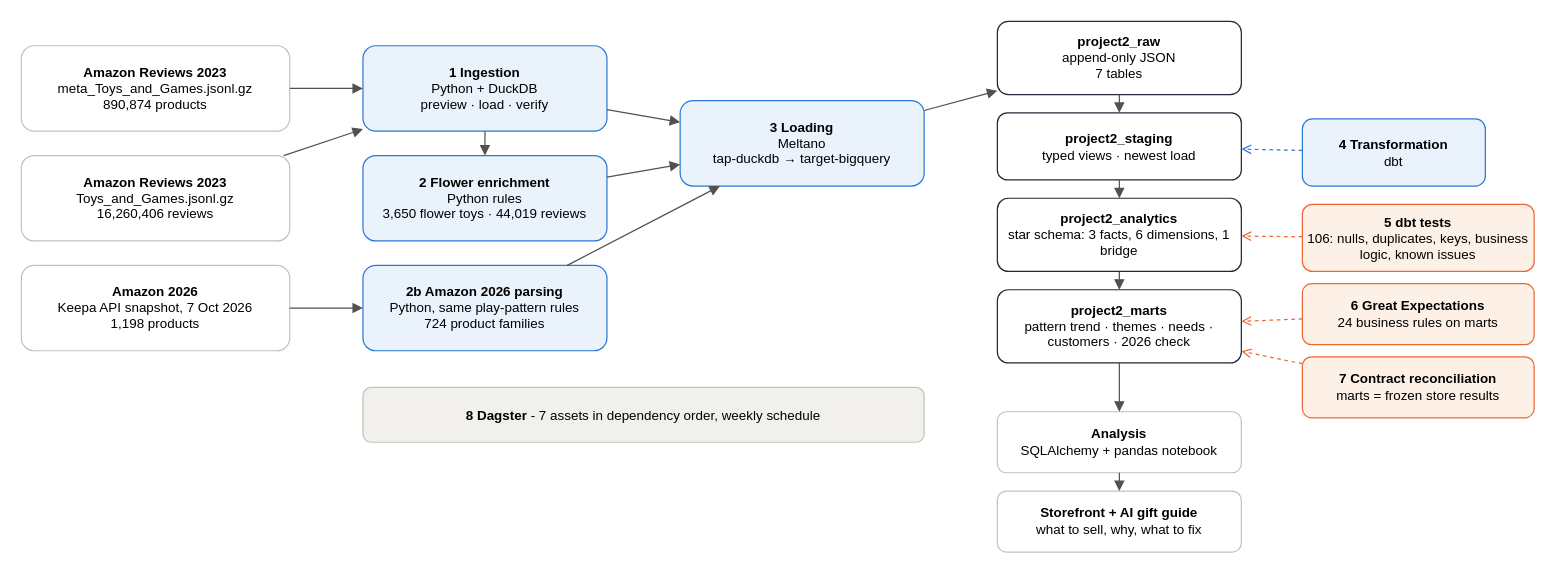
This is docs/architecture.drawio from 85913286lcr/project2-amazon-us-brick-flowers, a draw.io file, before an edit. Source tidied: cells renumbered, new cells numbered last; positions are measured from the earlier drawing's top-left corner, leaving out a move shared by most shapes. Both pictures are drawn from the tidied source at 122%, with x=0, y=0 at pixel (21, 21).
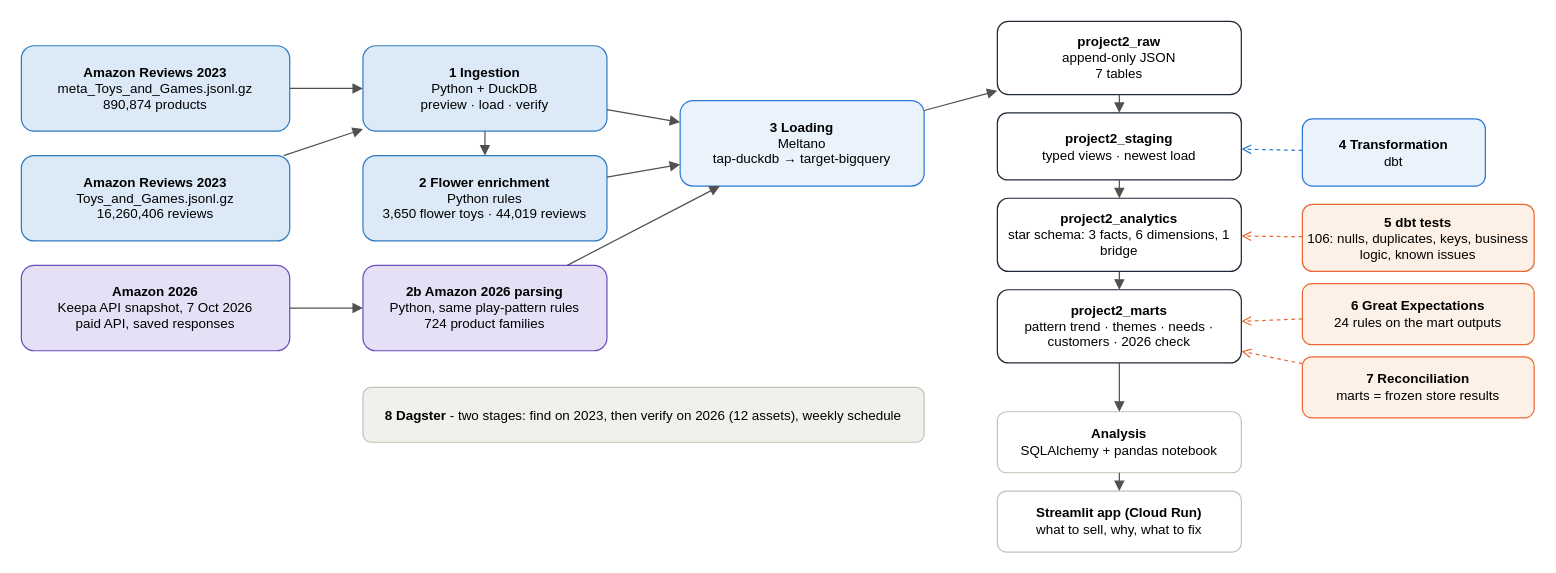
After the change.

Change to the diagram source:
```diff
@@
-    <mxCell id="2" value="&lt;b&gt;Amazon Reviews 2023&lt;/b&gt;&lt;br&gt;meta_Toys_and_Games.jsonl.gz&lt;br&gt;890,874 products" style="rounded=1;whiteSpace=wrap;html=1;fillColor=#ffffff;strokeColor=#c3c2b7;fontSize=11;" parent="1" vertex="1">
+    <mxCell id="2" value="&lt;b&gt;Amazon Reviews 2023&lt;/b&gt;&lt;br&gt;meta_Toys_and_Games.jsonl.gz&lt;br&gt;890,874 products" style="rounded=1;whiteSpace=wrap;html=1;fillColor=#DCEAF7;strokeColor=#2E7BBF;fontSize=11;" parent="1" vertex="1">
       <mxGeometry y="20" width="220" height="70" as="geometry" />
     </mxCell>
-    <mxCell id="3" value="&lt;b&gt;Amazon Reviews 2023&lt;/b&gt;&lt;br&gt;Toys_and_Games.jsonl.gz&lt;br&gt;16,260,406 reviews" style="rounded=1;whiteSpace=wrap;html=1;fillColor=#ffffff;strokeColor=#c3c2b7;fontSize=11;" parent="1" vertex="1">
+    <mxCell id="3" value="&lt;b&gt;Amazon Reviews 2023&lt;/b&gt;&lt;br&gt;Toys_and_Games.jsonl.gz&lt;br&gt;16,260,406 reviews" style="rounded=1;whiteSpace=wrap;html=1;fillColor=#DCEAF7;strokeColor=#2E7BBF;fontSize=11;" parent="1" vertex="1">
       <mxGeometry y="110" width="220" height="70" as="geometry" />
     </mxCell>
-    <mxCell id="4" value="&lt;b&gt;1 Ingestion&lt;/b&gt;&lt;br&gt;Python + DuckDB&lt;br&gt;preview · load · verify" style="rounded=1;whiteSpace=wrap;html=1;fillColor=#eaf2fc;strokeColor=#2a78d6;fontSize=11;" parent="1" vertex="1">
+    <mxCell id="4" value="&lt;b&gt;1 Ingestion&lt;/b&gt;&lt;br&gt;Python + DuckDB&lt;br&gt;preview · load · verify" style="rounded=1;whiteSpace=wrap;html=1;fillColor=#DCEAF7;strokeColor=#2E7BBF;fontSize=11;" parent="1" vertex="1">
       <mxGeometry x="280" y="20" width="200" height="70" as="geometry" />
     </mxCell>
-    <mxCell id="5" value="&lt;b&gt;2 Flower enrichment&lt;/b&gt;&lt;br&gt;Python rules&lt;br&gt;3,650 flower toys · 44,019 reviews" style="rounded=1;whiteSpace=wrap;html=1;fillColor=#eaf2fc;strokeColor=#2a78d6;fontSize=11;" parent="1" vertex="1">
+    <mxCell id="5" value="&lt;b&gt;2 Flower enrichment&lt;/b&gt;&lt;br&gt;Python rules&lt;br&gt;3,650 flower toys · 44,019 reviews" style="rounded=1;whiteSpace=wrap;html=1;fillColor=#DCEAF7;strokeColor=#2E7BBF;fontSize=11;" parent="1" vertex="1">
       <mxGeometry x="280" y="110" width="200" height="70" as="geometry" />
     </mxCell>
@@
-    <mxCell id="13" value="&lt;b&gt;6 Great Expectations&lt;/b&gt;&lt;br&gt;24 business rules on marts" style="rounded=1;whiteSpace=wrap;html=1;fillColor=#fdf0e6;strokeColor=#eb6834;fontSize=11;" parent="1" vertex="1">
+    <mxCell id="13" value="&lt;b&gt;6 Great Expectations&lt;/b&gt;&lt;br&gt;24 rules on the mart outputs" style="rounded=1;whiteSpace=wrap;html=1;fillColor=#fdf0e6;strokeColor=#eb6834;fontSize=11;" parent="1" vertex="1">
       <mxGeometry x="1050" y="215" width="190" height="50" as="geometry" />
     </mxCell>
-    <mxCell id="14" value="&lt;b&gt;7 Contract reconciliation&lt;/b&gt;&lt;br&gt;marts = frozen store results" style="rounded=1;whiteSpace=wrap;html=1;fillColor=#fdf0e6;strokeColor=#eb6834;fontSize=11;" parent="1" vertex="1">
+    <mxCell id="14" value="&lt;b&gt;7 Reconciliation&lt;/b&gt;&lt;br&gt;marts = frozen store results" style="rounded=1;whiteSpace=wrap;html=1;fillColor=#fdf0e6;strokeColor=#eb6834;fontSize=11;" parent="1" vertex="1">
       <mxGeometry x="1050" y="275" width="190" height="50" as="geometry" />
     </mxCell>
@@
-    <mxCell id="16" value="&lt;b&gt;Storefront + AI gift guide&lt;/b&gt;&lt;br&gt;what to sell, why, what to fix" style="rounded=1;whiteSpace=wrap;html=1;fillColor=#ffffff;strokeColor=#c3c2b7;fontSize=11;" parent="1" vertex="1">
+    <mxCell id="16" value="&lt;b&gt;Streamlit app (Cloud Run)&lt;/b&gt;&lt;br&gt;what to sell, why, what to fix" style="rounded=1;whiteSpace=wrap;html=1;fillColor=#ffffff;strokeColor=#c3c2b7;fontSize=11;" parent="1" vertex="1">
       <mxGeometry x="800" y="385" width="200" height="50" as="geometry" />
     </mxCell>
-    <mxCell id="17" value="&lt;b&gt;8 Dagster&lt;/b&gt; - 7 assets in dependency order, weekly schedule" style="rounded=1;whiteSpace=wrap;html=1;fillColor=#f1f0ec;strokeColor=#c3c2b7;fontSize=11;" parent="1" vertex="1">
+    <mxCell id="17" value="&lt;b&gt;8 Dagster&lt;/b&gt; - two stages: find on 2023, then verify on 2026 (12 assets), weekly schedule" style="rounded=1;whiteSpace=wrap;html=1;fillColor=#f1f0ec;strokeColor=#c3c2b7;fontSize=11;" parent="1" vertex="1">
       <mxGeometry x="280" y="300" width="460" height="45" as="geometry" />
     </mxCell>
-    <mxCell id="18" value="&lt;b&gt;Amazon 2026&lt;/b&gt;&lt;br&gt;Keepa API snapshot, 7 Oct 2026&lt;br&gt;1,198 products" style="rounded=1;whiteSpace=wrap;html=1;fillColor=#ffffff;strokeColor=#c3c2b7;fontSize=11;" parent="1" vertex="1">
+    <mxCell id="18" value="&lt;b&gt;Amazon 2026&lt;/b&gt;&lt;br&gt;Keepa API snapshot, 7 Oct 2026&lt;br&gt;paid API, saved responses" style="rounded=1;whiteSpace=wrap;html=1;fillColor=#E6E0F6;strokeColor=#6B4FC0;fontSize=11;" parent="1" vertex="1">
       <mxGeometry y="200" width="220" height="70" as="geometry" />
     </mxCell>
-    <mxCell id="19" value="&lt;b&gt;2b Amazon 2026 parsing&lt;/b&gt;&lt;br&gt;Python, same play-pattern rules&lt;br&gt;724 product families" style="rounded=1;whiteSpace=wrap;html=1;fillColor=#eaf2fc;strokeColor=#2a78d6;fontSize=11;" parent="1" vertex="1">
+    <mxCell id="19" value="&lt;b&gt;2b Amazon 2026 parsing&lt;/b&gt;&lt;br&gt;Python, same play-pattern rules&lt;br&gt;724 product families" style="rounded=1;whiteSpace=wrap;html=1;fillColor=#E6E0F6;strokeColor=#6B4FC0;fontSize=11;" parent="1" vertex="1">
       <mxGeometry x="280" y="200" width="200" height="70" as="geometry" />
     </mxCell>
```
